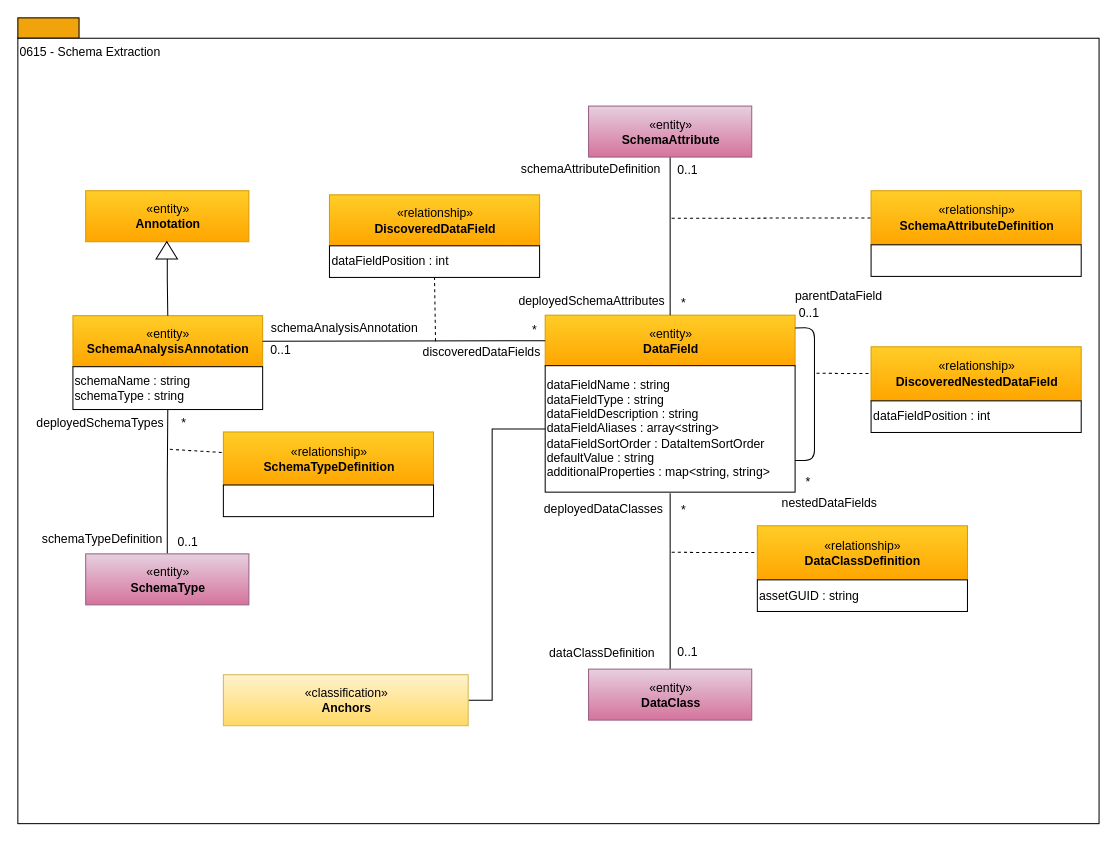
Before: page "0615-Schema-Extraction" (8 of 18) of open-metadata-publication/website/open-metadata-types/area-6-discovery.drawio in odpi/egeria, a draw.io diagram. Source tidied: cells renumbered, new cells numbered last; positions are measured from the earlier drawing's top-left corner, leaving out a move shared by most shapes. Both pictures are drawn from the tidied source at 102%, with x=0, y=0 at pixel (17, 17).
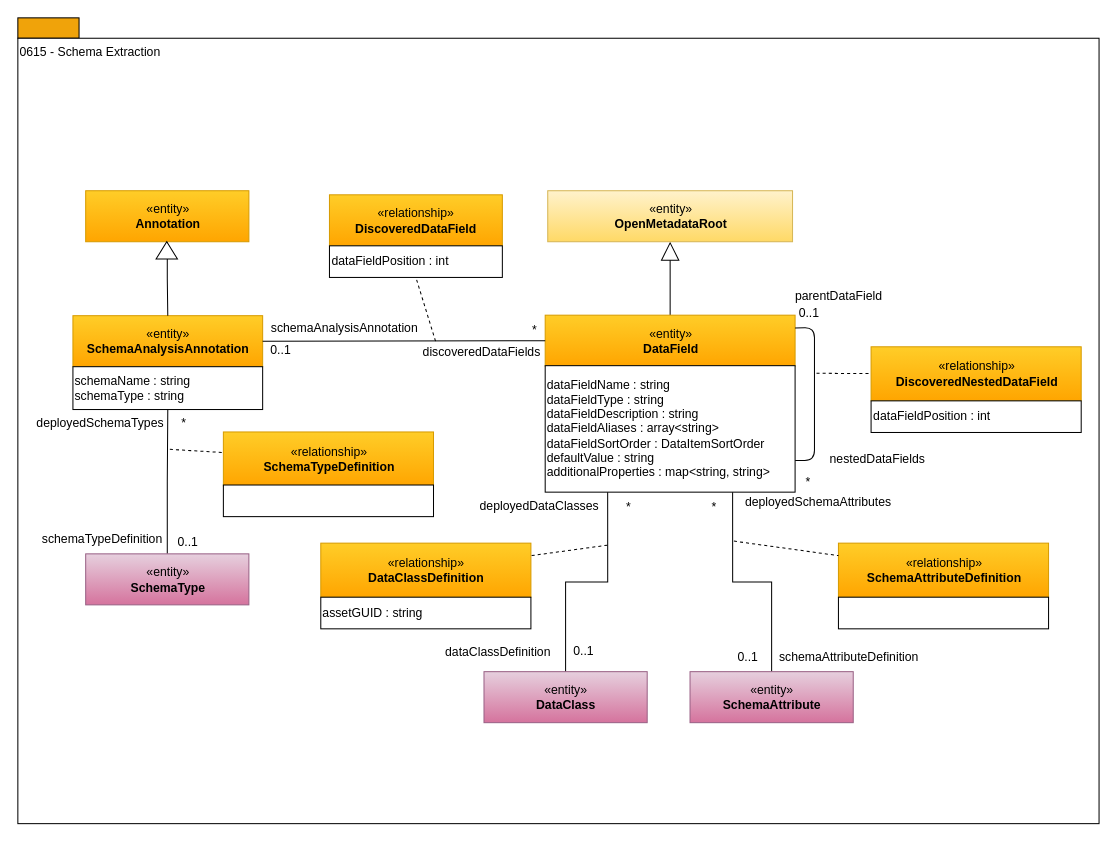
The same diagram, later.

Unchanged cells that the change refers to:
```xml
<mxCell id="9" value="«entity»&lt;br&gt;&lt;b&gt;DataField&lt;/b&gt;" style="html=1;strokeColor=#d79b00;align=center;fillColor=#ffcd28;gradientColor=#ffa500;" parent="1" vertex="1">
  <mxGeometry x="517" y="291.5" width="245" height="50" as="geometry" />
</mxCell>
<mxCell id="26" value="dataFieldName : string&lt;br&gt;dataFieldType : string&lt;br&gt;dataFieldDescription : string&lt;br&gt;dataFieldAliases : array&amp;lt;string&amp;gt;&lt;br&gt;dataFieldSortOrder : DataItemSortOrder&lt;br&gt;defaultValue : string&lt;br&gt;additionalProperties : map&amp;lt;string, string&amp;gt;" style="rounded=0;whiteSpace=wrap;html=1;strokeColor=#000000;gradientColor=#ffffff;align=left;" parent="1" vertex="1">
  <mxGeometry x="517" y="341" width="245" height="124" as="geometry" />
</mxCell>
```

Diff of the diagram source:
```diff
@@
+    <mxCell id="56" style="edgeStyle=orthogonalEdgeStyle;rounded=0;jettySize=auto;html=1;endArrow=block;endFill=0;endSize=16;" parent="1" edge="1" source="9" target="55">
+      <mxGeometry relative="1" as="geometry" />
+    </mxCell>
@@
     <mxCell id="11" value="«relationship»&lt;br&gt;&lt;b&gt;DiscoveredDataField&lt;/b&gt;" style="html=1;strokeColor=#d79b00;align=center;fillColor=#ffcd28;gradientColor=#ffa500;" parent="1" vertex="1">
-      <mxGeometry x="305.5" y="173.5" width="206" height="50" as="geometry" />
+      <mxGeometry x="305.5" y="173.5" width="169.5" height="50" as="geometry" />
     </mxCell>
@@
     <mxCell id="13" value="dataFieldPosition : int" style="rounded=0;whiteSpace=wrap;html=1;strokeColor=#000000;gradientColor=#ffffff;align=left;" parent="1" vertex="1">
-      <mxGeometry x="305.5" y="223.5" width="206" height="31" as="geometry" />
+      <mxGeometry x="305.5" y="223.5" width="169.5" height="31" as="geometry" />
     </mxCell>
@@
     <mxCell id="22" value="nestedDataFields" style="text;html=1;strokeColor=none;fillColor=none;align=center;verticalAlign=middle;whiteSpace=wrap;rounded=0;" parent="1" vertex="1">
-      <mxGeometry x="740.5" y="466" width="110" height="20" as="geometry" />
+      <mxGeometry x="788" y="422.5" width="110" height="20" as="geometry" />
     </mxCell>
@@
-    <mxCell id="27" style="edgeStyle=orthogonalEdgeStyle;rounded=0;html=1;entryX=0.5;entryY=0;endArrow=none;endFill=0;jettySize=auto;" parent="1" edge="1" source="28" target="9">
+    <mxCell id="27" style="edgeStyle=orthogonalEdgeStyle;rounded=0;html=1;entryX=0.75;entryY=1;endArrow=none;endFill=0;jettySize=auto;entryDx=0;entryDy=0;" parent="1" edge="1" source="28" target="26">
       <mxGeometry relative="1" as="geometry" />
     </mxCell>
     <mxCell id="28" value="«entity»&lt;br&gt;&lt;b&gt;SchemaAttribute&lt;/b&gt;" style="html=1;strokeColor=#996185;align=center;fillColor=#e6d0de;gradientColor=#d5739d;" parent="1" vertex="1">
-      <mxGeometry x="559.5" y="86.5" width="160" height="50" as="geometry" />
+      <mxGeometry x="659" y="641" width="160" height="50" as="geometry" />
     </mxCell>
     <mxCell id="29" value="schemaAttributeDefinition" style="text;html=1;strokeColor=none;fillColor=none;align=center;verticalAlign=middle;whiteSpace=wrap;rounded=0;" parent="1" vertex="1">
-      <mxGeometry x="499" y="139" width="126" height="20" as="geometry" />
+      <mxGeometry x="752" y="617" width="126" height="20" as="geometry" />
     </mxCell>
     <mxCell id="30" value="*" style="text;html=1;strokeColor=none;fillColor=none;align=center;verticalAlign=middle;whiteSpace=wrap;rounded=0;" parent="1" vertex="1">
-      <mxGeometry x="639.5" y="271" width="26" height="18" as="geometry" />
+      <mxGeometry x="670" y="470.5" width="26" height="18" as="geometry" />
     </mxCell>
     <mxCell id="31" value="0..1" style="text;html=1;strokeColor=none;fillColor=none;align=center;verticalAlign=middle;whiteSpace=wrap;rounded=0;" parent="1" vertex="1">
-      <mxGeometry x="636.5" y="139.5" width="40" height="20" as="geometry" />
+      <mxGeometry x="696" y="617" width="40" height="20" as="geometry" />
     </mxCell>
     <mxCell id="32" value="«relationship»&lt;br&gt;&lt;b&gt;SchemaAttributeDefinition&lt;/b&gt;" style="html=1;strokeColor=#d79b00;align=center;fillColor=#ffcd28;gradientColor=#ffa500;" parent="1" vertex="1">
-      <mxGeometry x="836.5" y="169.5" width="206" height="53" as="geometry" />
+      <mxGeometry x="804.5" y="515" width="206" height="53" as="geometry" />
     </mxCell>
     <mxCell id="33" style="endArrow=none;dashed=1;html=1;" parent="1" edge="1" target="32">
       <mxGeometry relative="1" as="geometry">
-        <mxPoint x="641" y="196.5" as="sourcePoint" />
+        <mxPoint x="702" y="513" as="sourcePoint" />
       </mxGeometry>
     </mxCell>
     <mxCell id="34" style="rounded=0;whiteSpace=wrap;html=1;strokeColor=#000000;gradientColor=#ffffff;align=left;" parent="1" vertex="1">
-      <mxGeometry x="836.5" y="222.5" width="206" height="31" as="geometry" />
+      <mxGeometry x="804.5" y="568" width="206" height="31" as="geometry" />
     </mxCell>
     <mxCell id="35" value="deployedSchemaAttributes" style="text;html=1;strokeColor=none;fillColor=none;align=center;verticalAlign=middle;whiteSpace=wrap;rounded=0;" parent="1" vertex="1">
-      <mxGeometry x="486.5" y="267.5" width="152" height="20" as="geometry" />
+      <mxGeometry x="708.5" y="465" width="152" height="20" as="geometry" />
     </mxCell>
@@
-    <mxCell id="45" style="edgeStyle=orthogonalEdgeStyle;rounded=0;html=1;endArrow=none;endFill=0;jettySize=auto;" parent="1" edge="1" source="46">
-      <mxGeometry relative="1" as="geometry">
-        <mxPoint x="639.5" y="466" as="targetPoint" />
-      </mxGeometry>
+    <mxCell id="45" style="edgeStyle=orthogonalEdgeStyle;rounded=0;html=1;endArrow=none;endFill=0;jettySize=auto;entryX=0.25;entryY=1;entryDx=0;entryDy=0;" parent="1" edge="1" source="46" target="26">
+      <mxGeometry relative="1" as="geometry" />
     </mxCell>
     <mxCell id="46" value="«entity»&lt;br&gt;&lt;b&gt;DataClass&lt;/b&gt;" style="html=1;strokeColor=#996185;align=center;fillColor=#e6d0de;gradientColor=#d5739d;" parent="1" vertex="1">
-      <mxGeometry x="559.5" y="638.5" width="160" height="50" as="geometry" />
+      <mxGeometry x="457" y="641" width="160" height="50" as="geometry" />
     </mxCell>
     <mxCell id="47" value="*" style="text;html=1;strokeColor=none;fillColor=none;align=center;verticalAlign=middle;whiteSpace=wrap;rounded=0;" parent="1" vertex="1">
-      <mxGeometry x="639.5" y="473.5" width="26" height="18" as="geometry" />
+      <mxGeometry x="586" y="470.5" width="26" height="18" as="geometry" />
     </mxCell>
     <mxCell id="48" value="«relationship»&lt;br&gt;&lt;b&gt;DataClassDefinition&lt;/b&gt;" style="html=1;strokeColor=#d79b00;align=center;fillColor=#ffcd28;gradientColor=#ffa500;" parent="1" vertex="1">
-      <mxGeometry x="725" y="498" width="206" height="53" as="geometry" />
+      <mxGeometry x="297" y="515" width="206" height="53" as="geometry" />
     </mxCell>
     <mxCell id="49" style="endArrow=none;dashed=1;html=1;" parent="1" edge="1" target="48">
       <mxGeometry relative="1" as="geometry">
-        <mxPoint x="641" y="524" as="sourcePoint" />
+        <mxPoint x="578" y="517" as="sourcePoint" />
       </mxGeometry>
     </mxCell>
     <mxCell id="50" value="&lt;span&gt;assetGUID : string&lt;/span&gt;" style="rounded=0;whiteSpace=wrap;html=1;strokeColor=#000000;gradientColor=#ffffff;align=left;" parent="1" vertex="1">
-      <mxGeometry x="725" y="551" width="206" height="31" as="geometry" />
+      <mxGeometry x="297" y="568" width="206" height="31" as="geometry" />
     </mxCell>
     <mxCell id="51" value="0..1" style="text;html=1;strokeColor=none;fillColor=none;align=center;verticalAlign=middle;whiteSpace=wrap;rounded=0;" parent="1" vertex="1">
-      <mxGeometry x="643.5" y="613" width="26" height="18" as="geometry" />
+      <mxGeometry x="541.5" y="612" width="26" height="18" as="geometry" />
     </mxCell>
     <mxCell id="52" value="dataClassDefinition" style="text;html=1;strokeColor=none;fillColor=none;align=center;verticalAlign=middle;whiteSpace=wrap;rounded=0;" parent="1" vertex="1">
-      <mxGeometry x="511.5" y="613" width="122" height="20" as="geometry" />
+      <mxGeometry x="409.5" y="612" width="122" height="20" as="geometry" />
     </mxCell>
     <mxCell id="53" value="deployedDataClasses" style="text;html=1;strokeColor=none;fillColor=none;align=center;verticalAlign=middle;whiteSpace=wrap;rounded=0;" parent="1" vertex="1">
-      <mxGeometry x="509.5" y="471.5" width="129" height="20" as="geometry" />
+      <mxGeometry x="447" y="468.5" width="129" height="20" as="geometry" />
     </mxCell>
-    <mxCell id="54" style="edgeStyle=orthogonalEdgeStyle;rounded=0;jettySize=auto;html=1;endArrow=none;endFill=0;exitX=0;exitY=0.5;exitDx=0;exitDy=0;" parent="1" edge="1" source="26" target="55">
-      <mxGeometry relative="1" as="geometry">
-        <Array as="points">
-          <mxPoint x="465" y="403" />
-          <mxPoint x="465" y="669" />
-        </Array>
-      </mxGeometry>
-    </mxCell>
-    <mxCell id="55" value="«classification»&lt;br&gt;&lt;b&gt;Anchors&lt;/b&gt;" style="html=1;strokeColor=#d6b656;align=center;fillColor=#fff2cc;gradientColor=#ffd966;" parent="1" vertex="1">
-      <mxGeometry x="201.5" y="644" width="240" height="50" as="geometry" />
+    <mxCell id="55" value="«entity»&lt;br&gt;&lt;b&gt;OpenMetadataRoot&lt;/b&gt;" style="html=1;strokeColor=#d6b656;align=center;fillColor=#fff2cc;gradientColor=#ffd966;" parent="1" vertex="1">
+      <mxGeometry x="519.5" y="169.5" width="240" height="50" as="geometry" />
     </mxCell>
```
